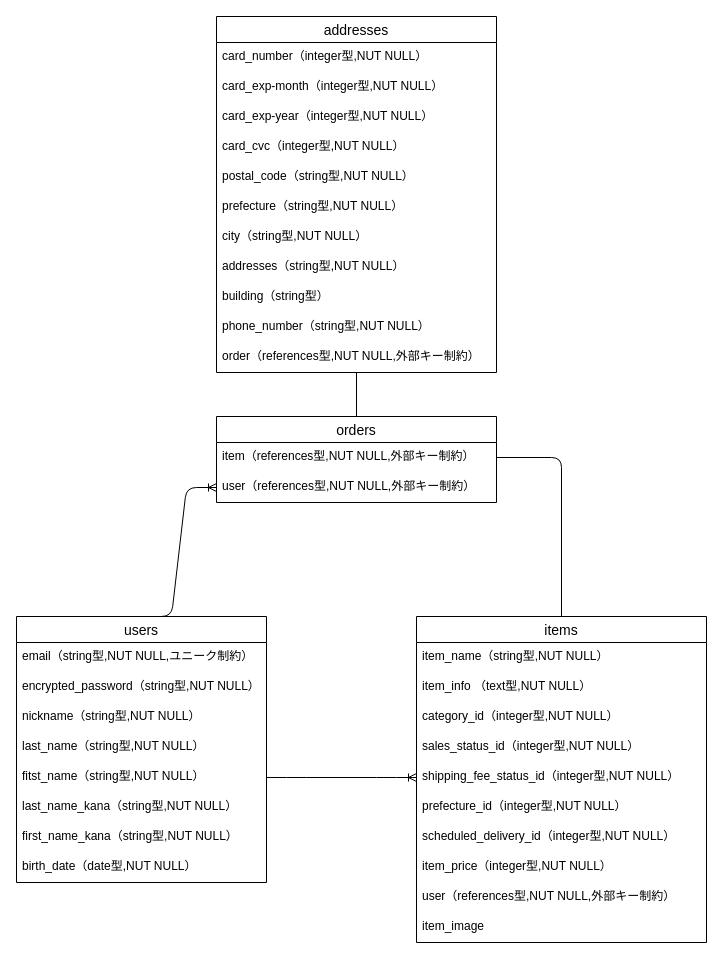
This is Draw.dio from sakana117/furima-37643, a draw.io file, before an edit. Source tidied: cells renumbered, new cells numbered last; positions are measured from the earlier drawing's top-left corner, leaving out a move shared by most shapes. Both pictures are drawn from the tidied source at 100%, with x=0, y=0 at pixel (16, 16).
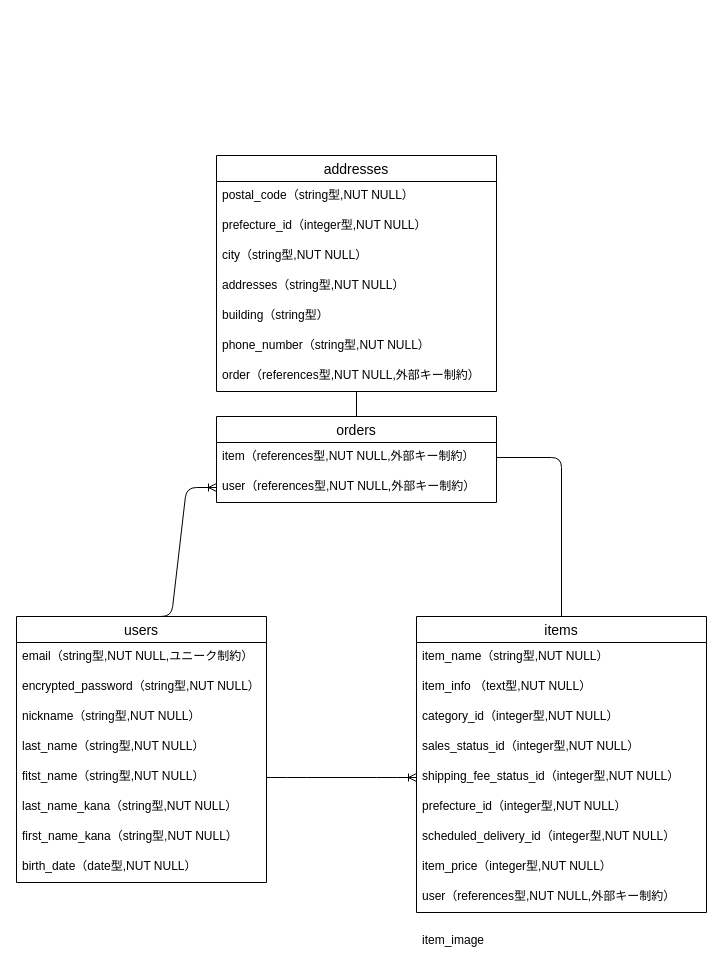
Above is the later version.

Commit message:
データベース設計　修正5

The edit, as a diff of the source:
```diff
@@
     <mxCell id="11" value="items" style="swimlane;fontStyle=0;horizontal=1;startSize=26;align=center;fontSize=14;" parent="1" vertex="1">
-      <mxGeometry x="400" y="600" width="290" height="326" as="geometry" />
+      <mxGeometry x="400" y="600" width="290" height="296" as="geometry" />
     </mxCell>
@@
-    <mxCell id="21" value="item_image" style="text;strokeColor=none;fillColor=none;spacingLeft=4;spacingRight=4;overflow=hidden;fontSize=12;" parent="11" vertex="1">
-      <mxGeometry y="296" width="290" height="30" as="geometry" />
-    </mxCell>
@@
     <mxCell id="27" value="addresses" style="swimlane;fontStyle=0;horizontal=1;startSize=26;align=center;fontSize=14;" parent="1" vertex="1">
-      <mxGeometry x="200" width="280" height="356" as="geometry" />
+      <mxGeometry x="200" y="139" width="280" height="236" as="geometry" />
     </mxCell>
-    <mxCell id="28" value="card_number（integer型,NUT NULL）" style="text;strokeColor=none;fillColor=none;spacingLeft=4;spacingRight=4;overflow=hidden;fontSize=12;" parent="27" vertex="1">
-      <mxGeometry y="26" width="280" height="30" as="geometry" />
-    </mxCell>
-    <mxCell id="29" value="card_exp-month（integer型,NUT NULL）" style="text;strokeColor=none;fillColor=none;spacingLeft=4;spacingRight=4;overflow=hidden;fontSize=12;" parent="27" vertex="1">
-      <mxGeometry y="56" width="280" height="30" as="geometry" />
-    </mxCell>
-    <mxCell id="30" value="card_exp-year（integer型,NUT NULL）" style="text;strokeColor=none;fillColor=none;spacingLeft=4;spacingRight=4;overflow=hidden;fontSize=12;" parent="27" vertex="1">
-      <mxGeometry y="86" width="280" height="30" as="geometry" />
-    </mxCell>
-    <mxCell id="31" value="card_cvc（integer型,NUT NULL）" style="text;strokeColor=none;fillColor=none;spacingLeft=4;spacingRight=4;overflow=hidden;fontSize=12;" parent="27" vertex="1">
-      <mxGeometry y="116" width="280" height="30" as="geometry" />
-    </mxCell>
     <mxCell id="32" value="postal_code（string型,NUT NULL）" style="text;strokeColor=none;fillColor=none;spacingLeft=4;spacingRight=4;overflow=hidden;fontSize=12;" parent="27" vertex="1">
-      <mxGeometry y="146" width="280" height="30" as="geometry" />
+      <mxGeometry y="26" width="280" height="30" as="geometry" />
     </mxCell>
-    <mxCell id="33" value="prefecture（string型,NUT NULL）" style="text;strokeColor=none;fillColor=none;spacingLeft=4;spacingRight=4;overflow=hidden;fontSize=12;" parent="27" vertex="1">
-      <mxGeometry y="176" width="280" height="30" as="geometry" />
-    </mxCell>
+    <mxCell id="41" value="prefecture_id（integer型,NUT NULL）" style="text;strokeColor=none;fillColor=none;spacingLeft=4;spacingRight=4;overflow=hidden;fontSize=12;" parent="27" vertex="1">
+      <mxGeometry y="56" width="280" height="30" as="geometry" />
+    </mxCell>
     <mxCell id="34" value="city（string型,NUT NULL）" style="text;strokeColor=none;fillColor=none;spacingLeft=4;spacingRight=4;overflow=hidden;fontSize=12;" parent="27" vertex="1">
-      <mxGeometry y="206" width="280" height="30" as="geometry" />
+      <mxGeometry y="86" width="280" height="30" as="geometry" />
     </mxCell>
     <mxCell id="35" value="addresses（string型,NUT NULL）" style="text;strokeColor=none;fillColor=none;spacingLeft=4;spacingRight=4;overflow=hidden;fontSize=12;" parent="27" vertex="1">
-      <mxGeometry y="236" width="280" height="30" as="geometry" />
+      <mxGeometry y="116" width="280" height="30" as="geometry" />
     </mxCell>
     <mxCell id="36" value="building（string型）" style="text;strokeColor=none;fillColor=none;spacingLeft=4;spacingRight=4;overflow=hidden;fontSize=12;" parent="27" vertex="1">
-      <mxGeometry y="266" width="280" height="30" as="geometry" />
+      <mxGeometry y="146" width="280" height="30" as="geometry" />
     </mxCell>
     <mxCell id="37" value="phone_number（string型,NUT NULL）" style="text;strokeColor=none;fillColor=none;spacingLeft=4;spacingRight=4;overflow=hidden;fontSize=12;" parent="27" vertex="1">
-      <mxGeometry y="296" width="280" height="30" as="geometry" />
+      <mxGeometry y="176" width="280" height="30" as="geometry" />
     </mxCell>
     <mxCell id="38" value="order（references型,NUT NULL,外部キー制約）" style="text;strokeColor=none;fillColor=none;spacingLeft=4;spacingRight=4;overflow=hidden;fontSize=12;" parent="27" vertex="1">
-      <mxGeometry y="326" width="280" height="30" as="geometry" />
+      <mxGeometry y="206" width="280" height="30" as="geometry" />
     </mxCell>
@@
+    <mxCell id="21" value="item_image" style="text;strokeColor=none;fillColor=none;spacingLeft=4;spacingRight=4;overflow=hidden;fontSize=12;" parent="1" vertex="1">
+      <mxGeometry x="400" y="910" width="290" height="30" as="geometry" />
+    </mxCell>
```
